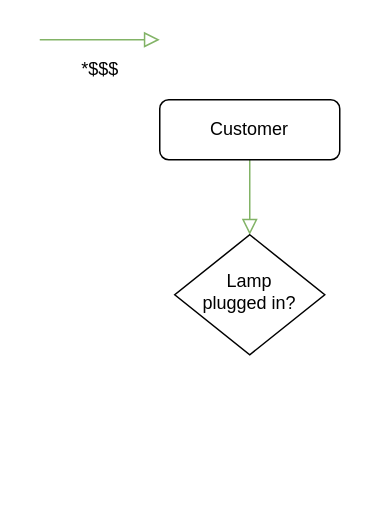
The draw.io diagram Untitled Diagram.drawio in ilyayi/CoFund, before the edit. Source tidied: cells renumbered, new cells numbered last; positions are measured from the earlier drawing's top-left corner, leaving out a move shared by most shapes. Both pictures are drawn from the tidied source at 150%, with x=0, y=0 at pixel (39, 39).
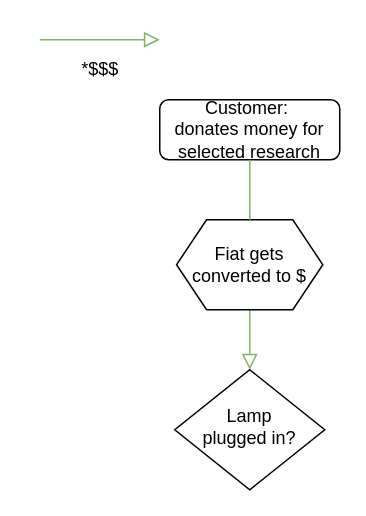
Above is the later version.

What changed in the source:
```diff
@@
 <mxGraphModel>
   <root>
     <mxCell id="0" />
     <mxCell id="1" parent="0" />
-    <mxCell id="2" style="rounded=0;html=1;jettySize=auto;fontSize=11;endArrow=block;endFill=0;endSize=8;strokeWidth=1;shadow=0;labelBackgroundColor=none;edgeStyle=orthogonalEdgeStyle;fillColor=#d5e8d4;strokeColor=#82b366;" parent="1" edge="1" source="3" target="4">
+    <mxCell id="2" style="rounded=0;html=1;jettySize=auto;fontSize=11;endArrow=block;endFill=0;endSize=8;strokeWidth=1;shadow=0;labelBackgroundColor=none;edgeStyle=orthogonalEdgeStyle;fillColor=#d5e8d4;strokeColor=#82b366;startArrow=none;" parent="1" edge="1" source="7" target="4">
       <mxGeometry relative="1" as="geometry" />
     </mxCell>
-    <mxCell id="3" value="Customer" style="rounded=1;whiteSpace=wrap;html=1;fontSize=12;glass=0;strokeWidth=1;shadow=0;" parent="1" vertex="1">
+    <mxCell id="3" value="Customer:&amp;nbsp;&lt;br&gt;donates money for selected research" style="rounded=1;whiteSpace=wrap;html=1;fontSize=12;glass=0;strokeWidth=1;shadow=0;" parent="1" vertex="1">
       <mxGeometry x="80" y="40" width="120" height="40" as="geometry" />
     </mxCell>
     <mxCell id="4" value="Lamp&lt;br&gt;plugged in?" style="rhombus;whiteSpace=wrap;html=1;shadow=0;fontFamily=Helvetica;fontSize=12;align=center;strokeWidth=1;spacing=6;spacingTop=-4;" parent="1" vertex="1">
-      <mxGeometry x="90" y="130" width="100" height="80" as="geometry" />
+      <mxGeometry x="90" y="220" width="100" height="80" as="geometry" />
     </mxCell>
     <mxCell id="5" style="rounded=0;html=1;jettySize=auto;orthogonalLoop=1;fontSize=11;endArrow=block;endFill=0;endSize=8;strokeWidth=1;shadow=0;labelBackgroundColor=none;edgeStyle=orthogonalEdgeStyle;fillColor=#d5e8d4;strokeColor=#82b366;" parent="1" edge="1">
       <mxGeometry relative="1" as="geometry">
         <mxPoint as="sourcePoint" />
         <mxPoint x="80" as="targetPoint" />
       </mxGeometry>
     </mxCell>
     <mxCell id="6" value="*$$$" style="text;html=1;align=center;verticalAlign=middle;strokeColor=none;fillColor=none;" parent="1" vertex="1">
       <mxGeometry x="15" y="5" width="50" height="30" as="geometry" />
     </mxCell>
+    <mxCell id="7" value="Fiat gets converted to $" style="shape=hexagon;perimeter=hexagonPerimeter2;whiteSpace=wrap;html=1;fixedSize=1;" parent="1" vertex="1">
+      <mxGeometry x="91.2" y="120" width="97.5" height="60" as="geometry" />
+    </mxCell>
+    <mxCell id="8" style="rounded=0;html=1;jettySize=auto;fontSize=11;endArrow=none;endFill=0;endSize=8;strokeWidth=1;shadow=0;labelBackgroundColor=none;edgeStyle=orthogonalEdgeStyle;fillColor=#d5e8d4;strokeColor=#82b366;" parent="1" edge="1" source="3" target="7">
+      <mxGeometry relative="1" as="geometry" />
+    </mxCell>
   </root>
 </mxGraphModel>
```
